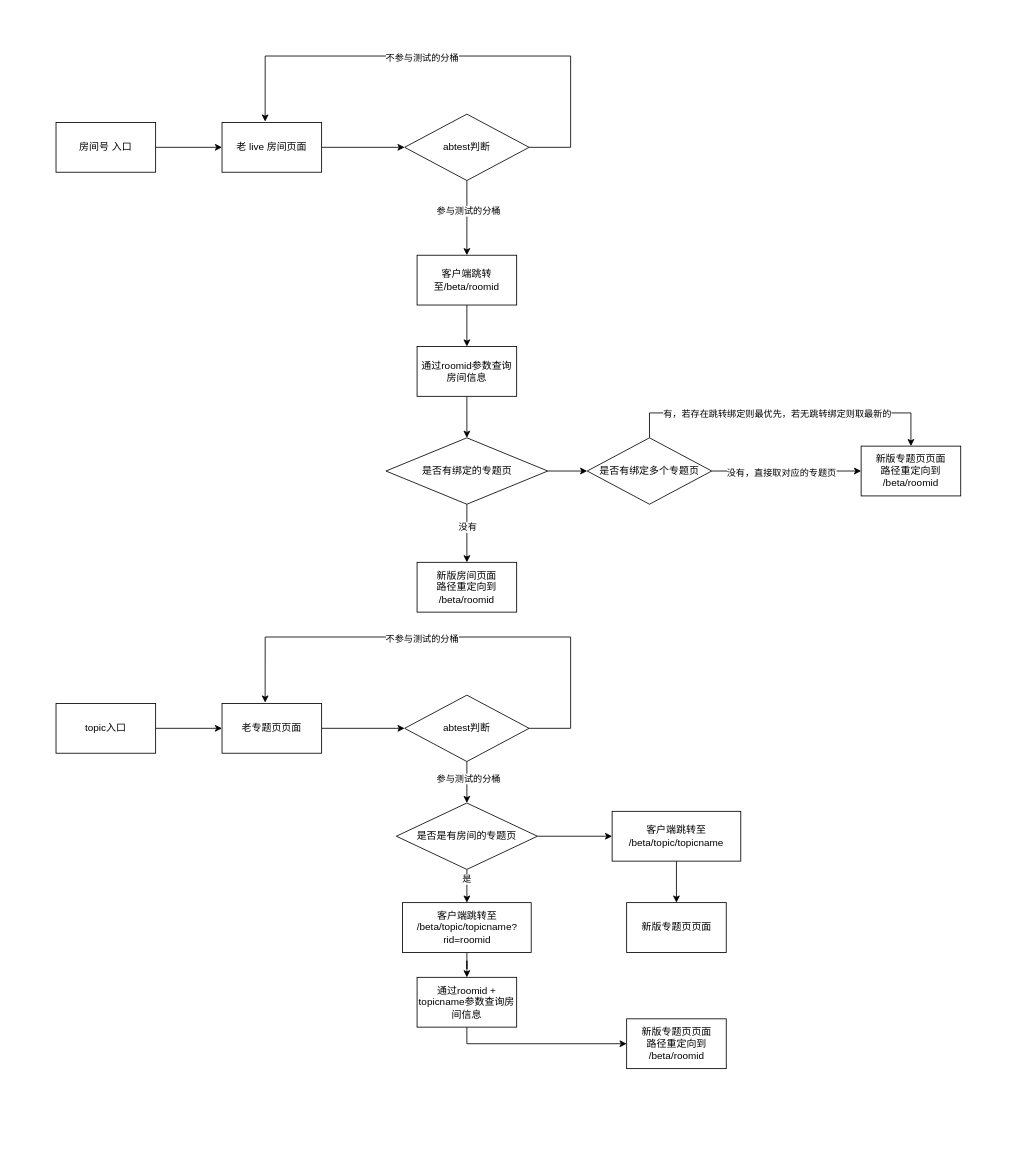
The draw.io diagram img/未命名绘图.drawio in dancancer/dancancer.github.io, before the edit. Source tidied: cells renumbered, new cells numbered last; positions are measured from the earlier drawing's top-left corner, leaving out a move shared by most shapes. Both pictures are drawn from the tidied source at 83%, with x=0, y=0 at pixel (56, 56).
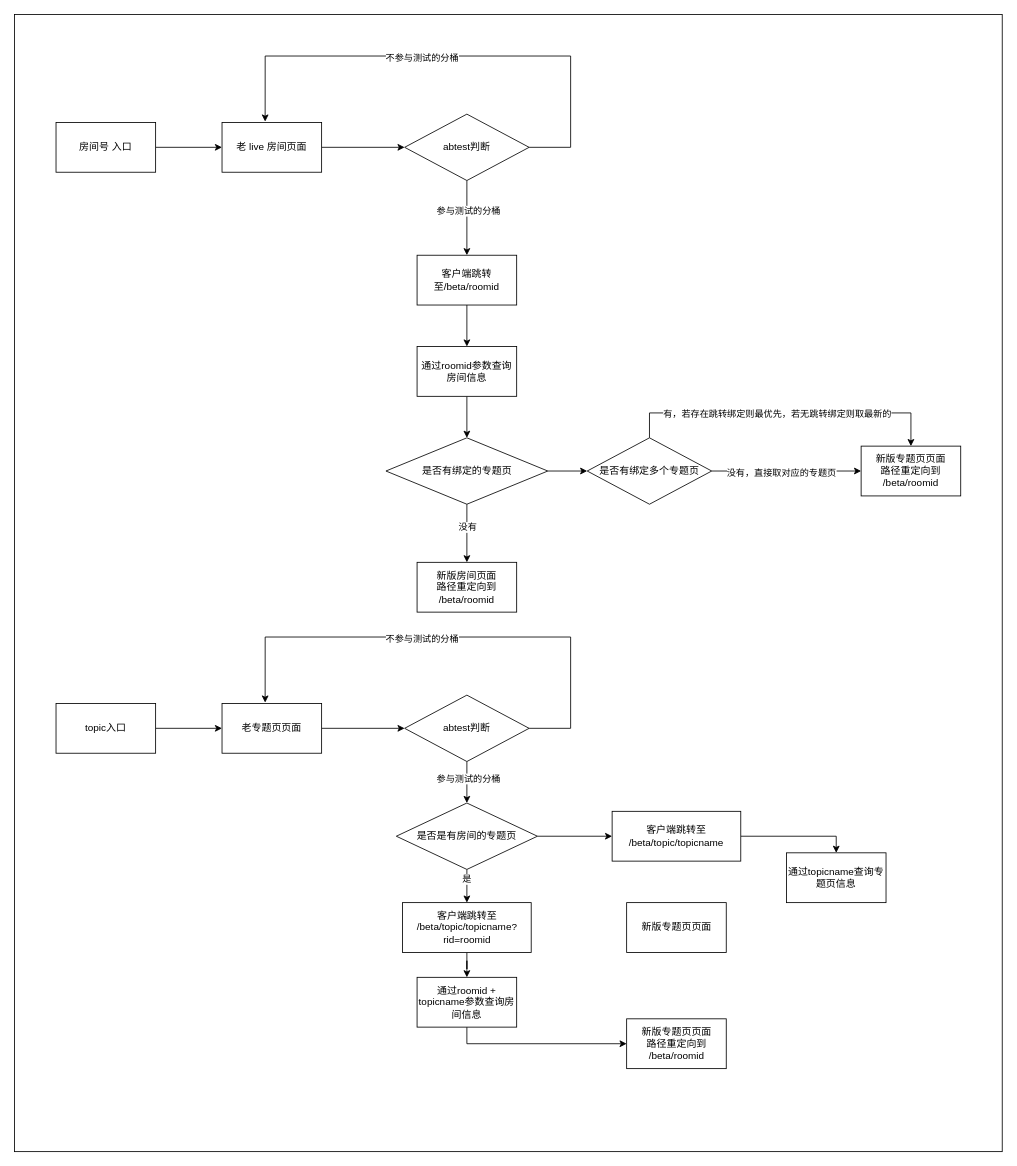
After the change.

Commit message:
更新未命名绘图.drawio

Unchanged cells that the change refers to:
```xml
<mxCell id="44" value="客户端跳转至&lt;div&gt;/beta/topic/topicname&lt;/div&gt;" style="rounded=0;whiteSpace=wrap;html=1;" parent="1" vertex="1">
  <mxGeometry x="670" y="910" width="155" height="60" as="geometry" />
</mxCell>
<mxCell id="46" value="新版专题页页面" style="whiteSpace=wrap;html=1;rounded=0;" parent="1" vertex="1">
  <mxGeometry x="687.5" y="1020" width="120" height="60" as="geometry" />
</mxCell>
```

Diff of the diagram source:
```diff
@@
+    <mxCell id="47" style="rounded=0;whiteSpace=wrap;html=1;" parent="1" vertex="1">
+      <mxGeometry x="-50" y="-50" width="1190" height="1370" as="geometry" />
+    </mxCell>
@@
-    <mxCell id="43" style="edgeStyle=orthogonalEdgeStyle;rounded=0;jettySize=auto;html=1;" parent="1" edge="1" source="44" target="46">
+    <mxCell id="43" style="edgeStyle=orthogonalEdgeStyle;rounded=0;jettySize=auto;html=1;entryX=0.5;entryY=0;entryDx=0;entryDy=0;" parent="1" edge="1" source="44" target="48">
       <mxGeometry relative="1" as="geometry" />
     </mxCell>
@@
+    <mxCell id="48" value="通过topicname查询专题页信息" style="whiteSpace=wrap;html=1;rounded=0;" parent="1" vertex="1">
+      <mxGeometry x="880" y="960" width="120" height="60" as="geometry" />
+    </mxCell>
```
